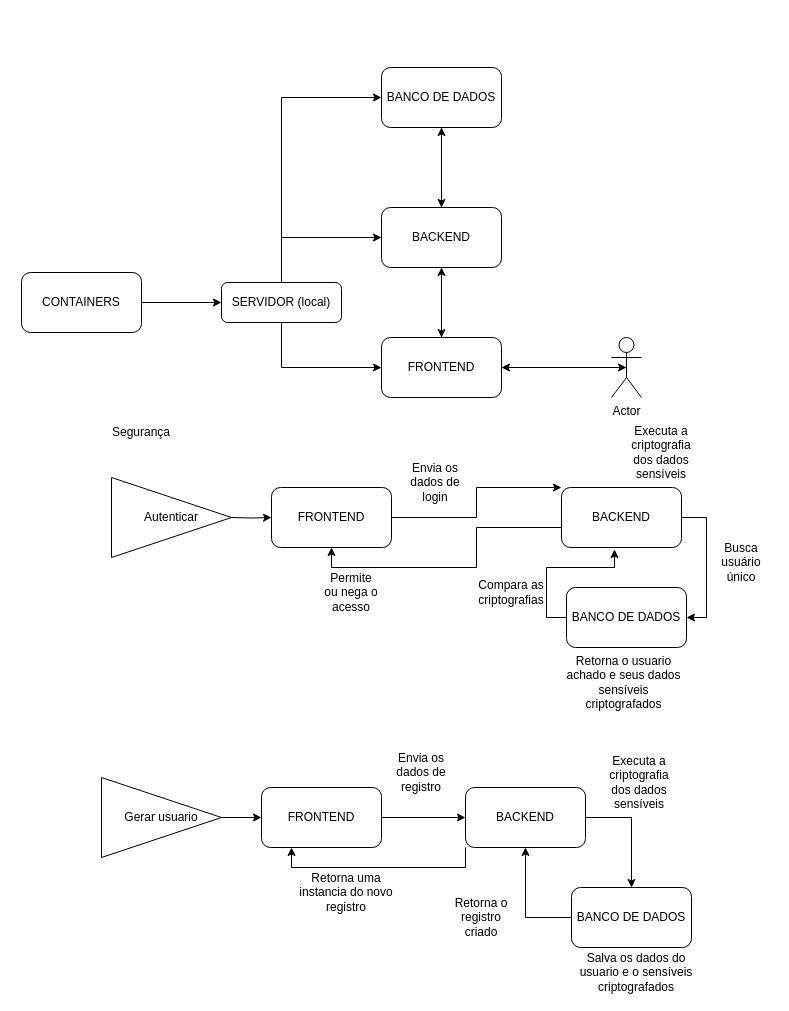
Above: Arquitetura.drawio in Ian-Almeida/AtividadeD5-GRUPO-6 (draw.io), before the change. Source tidied: cells renumbered, new cells numbered last; positions are measured from the earlier drawing's top-left corner, leaving out a move shared by most shapes. Both pictures are drawn from the tidied source at 100%, with x=0, y=0 at pixel (21, 67).
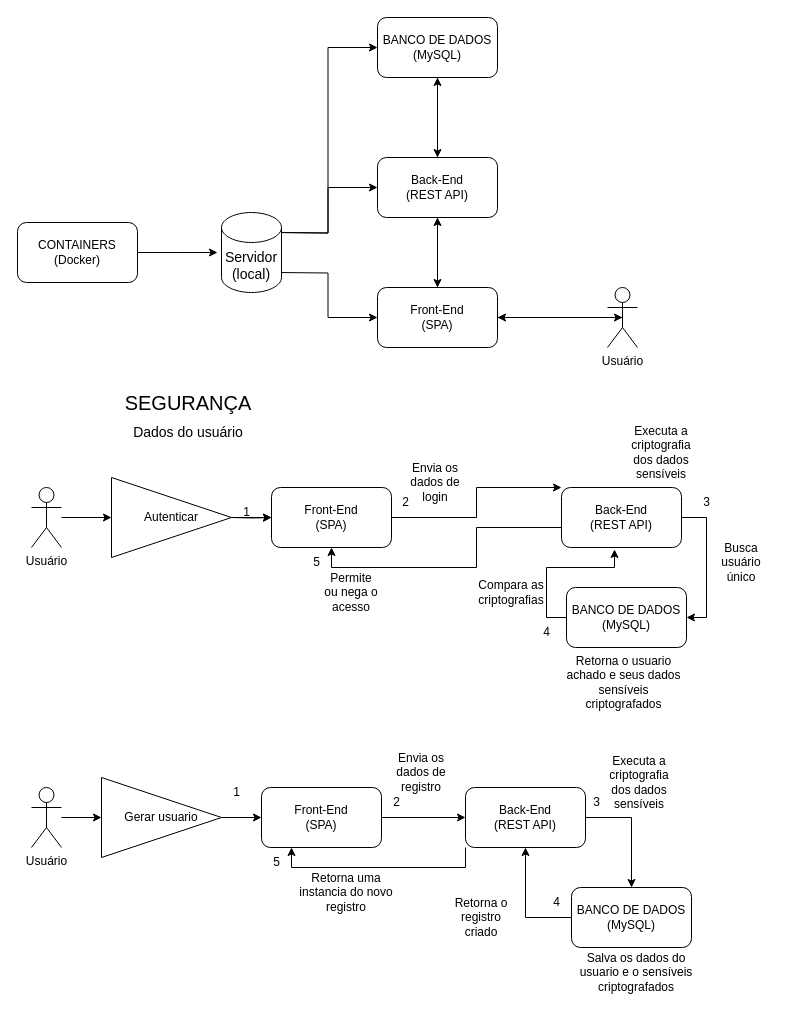
The same diagram, later.

Unchanged cells that the change refers to:
```xml
<mxCell id="20" value="Autenticar" style="triangle;whiteSpace=wrap;html=1;" parent="1" vertex="1">
  <mxGeometry x="90" y="410" width="120" height="80" as="geometry" />
</mxCell>
<mxCell id="35" value="Gerar usuario" style="triangle;whiteSpace=wrap;html=1;" parent="1" vertex="1">
  <mxGeometry x="80" y="710" width="120" height="80" as="geometry" />
</mxCell>
```

Change to the diagram source:
```diff
@@
-    <mxCell id="2" style="edgeStyle=orthogonalEdgeStyle;rounded=0;jettySize=auto;html=1;exitX=0.5;exitY=0;exitDx=0;exitDy=0;entryX=0;entryY=0.5;entryDx=0;entryDy=0;" parent="1" edge="1" source="5" target="8">
-      <mxGeometry relative="1" as="geometry" />
+    <mxCell id="2" style="edgeStyle=orthogonalEdgeStyle;rounded=0;jettySize=auto;html=1;exitX=0.5;exitY=0;exitDx=0;exitDy=0;entryX=0;entryY=0.5;entryDx=0;entryDy=0;" parent="1" edge="1" target="8">
+      <mxGeometry relative="1" as="geometry">
+        <mxPoint x="256" y="165" as="sourcePoint" />
+      </mxGeometry>
     </mxCell>
-    <mxCell id="3" style="edgeStyle=orthogonalEdgeStyle;rounded=0;jettySize=auto;html=1;exitX=0.5;exitY=1;exitDx=0;exitDy=0;entryX=0;entryY=0.5;entryDx=0;entryDy=0;" parent="1" edge="1" source="5" target="11">
-      <mxGeometry relative="1" as="geometry" />
+    <mxCell id="3" style="edgeStyle=orthogonalEdgeStyle;rounded=0;jettySize=auto;html=1;exitX=0.5;exitY=1;exitDx=0;exitDy=0;entryX=0;entryY=0.5;entryDx=0;entryDy=0;" parent="1" edge="1" target="11">
+      <mxGeometry relative="1" as="geometry">
+        <mxPoint x="256" y="205" as="sourcePoint" />
+      </mxGeometry>
     </mxCell>
-    <mxCell id="4" style="edgeStyle=orthogonalEdgeStyle;rounded=0;jettySize=auto;html=1;exitX=0.5;exitY=0;exitDx=0;exitDy=0;entryX=0;entryY=0.5;entryDx=0;entryDy=0;" parent="1" edge="1" source="5" target="13">
-      <mxGeometry relative="1" as="geometry" />
+    <mxCell id="4" style="edgeStyle=orthogonalEdgeStyle;rounded=0;jettySize=auto;html=1;exitX=0.5;exitY=0;exitDx=0;exitDy=0;entryX=0;entryY=0.5;entryDx=0;entryDy=0;" parent="1" edge="1" target="13">
+      <mxGeometry relative="1" as="geometry">
+        <mxPoint x="256" y="165" as="sourcePoint" />
+      </mxGeometry>
     </mxCell>
-    <mxCell id="5" value="SERVIDOR (local)" style="rounded=1;whiteSpace=wrap;html=1;fontSize=12;glass=0;strokeWidth=1;shadow=0;" parent="1" vertex="1">
-      <mxGeometry x="200" y="215" width="120" height="40" as="geometry" />
-    </mxCell>
@@
-    <mxCell id="8" value="BACKEND" style="rounded=1;whiteSpace=wrap;html=1;" parent="1" vertex="1">
-      <mxGeometry x="360" y="140" width="120" height="60" as="geometry" />
+    <mxCell id="8" value="Back-End&lt;br&gt;(REST API)" style="rounded=1;whiteSpace=wrap;html=1;" parent="1" vertex="1">
+      <mxGeometry x="356" y="90" width="120" height="60" as="geometry" />
     </mxCell>
     <mxCell id="9" style="edgeStyle=orthogonalEdgeStyle;rounded=0;jettySize=auto;html=1;exitX=0.5;exitY=0;exitDx=0;exitDy=0;" parent="1" edge="1" source="11">
       <mxGeometry relative="1" as="geometry">
-        <mxPoint x="420" y="200" as="targetPoint" />
+        <mxPoint x="416" y="150" as="targetPoint" />
       </mxGeometry>
     </mxCell>
@@
-    <mxCell id="11" value="FRONTEND" style="rounded=1;whiteSpace=wrap;html=1;" parent="1" vertex="1">
-      <mxGeometry x="360" y="270" width="120" height="60" as="geometry" />
+    <mxCell id="11" value="Front-End&lt;br&gt;(SPA)" style="rounded=1;whiteSpace=wrap;html=1;" parent="1" vertex="1">
+      <mxGeometry x="356" y="220" width="120" height="60" as="geometry" />
     </mxCell>
@@
-    <mxCell id="13" value="BANCO DE DADOS" style="rounded=1;whiteSpace=wrap;html=1;" parent="1" vertex="1">
-      <mxGeometry x="360" width="120" height="60" as="geometry" />
+    <mxCell id="13" value="BANCO DE DADOS&lt;br&gt;(MySQL)" style="rounded=1;whiteSpace=wrap;html=1;" parent="1" vertex="1">
+      <mxGeometry x="356" y="-50" width="120" height="60" as="geometry" />
     </mxCell>
-    <mxCell id="14" style="edgeStyle=orthogonalEdgeStyle;rounded=0;jettySize=auto;html=1;" parent="1" edge="1" source="15" target="5">
-      <mxGeometry relative="1" as="geometry" />
+    <mxCell id="14" style="edgeStyle=orthogonalEdgeStyle;rounded=0;jettySize=auto;html=1;" parent="1" edge="1" source="15">
+      <mxGeometry relative="1" as="geometry">
+        <mxPoint x="196" y="185" as="targetPoint" />
+      </mxGeometry>
     </mxCell>
-    <mxCell id="15" value="CONTAINERS" style="rounded=1;whiteSpace=wrap;html=1;" parent="1" vertex="1">
-      <mxGeometry y="205" width="120" height="60" as="geometry" />
+    <mxCell id="15" value="CONTAINERS&lt;br&gt;(Docker)" style="rounded=1;whiteSpace=wrap;html=1;" parent="1" vertex="1">
+      <mxGeometry x="-4" y="155" width="120" height="60" as="geometry" />
     </mxCell>
@@
-    <mxCell id="17" value="Actor" style="shape=umlActor;verticalLabelPosition=bottom;verticalAlign=top;html=1;outlineConnect=0;" parent="1" vertex="1">
-      <mxGeometry x="590" y="270" width="30" height="60" as="geometry" />
+    <mxCell id="17" value="Usuário" style="shape=umlActor;verticalLabelPosition=bottom;verticalAlign=top;html=1;outlineConnect=0;" parent="1" vertex="1">
+      <mxGeometry x="586" y="220" width="30" height="60" as="geometry" />
     </mxCell>
-    <mxCell id="18" value="Segurança" style="text;html=1;strokeColor=none;fillColor=none;align=center;verticalAlign=middle;whiteSpace=wrap;rounded=0;" parent="1" vertex="1">
-      <mxGeometry x="70" y="340" width="100" height="50" as="geometry" />
+    <mxCell id="18" value="&lt;font style=&quot;font-size: 20px;&quot;&gt;SEGURANÇA&lt;/font&gt;" style="text;html=1;strokeColor=none;fillColor=none;align=center;verticalAlign=middle;whiteSpace=wrap;rounded=0;" parent="1" vertex="1">
+      <mxGeometry x="117" y="310" width="100" height="50" as="geometry" />
     </mxCell>
@@
+    <mxCell id="49" style="edgeStyle=orthogonalEdgeStyle;rounded=0;jettySize=auto;html=1;" parent="1" edge="1" source="20" target="25">
+      <mxGeometry relative="1" as="geometry" />
+    </mxCell>
@@
-    <mxCell id="23" value="BACKEND" style="rounded=1;whiteSpace=wrap;html=1;" parent="1" vertex="1">
+    <mxCell id="23" value="Back-End&lt;br&gt;(REST API)" style="rounded=1;whiteSpace=wrap;html=1;" parent="1" vertex="1">
       <mxGeometry x="540" y="420" width="120" height="60" as="geometry" />
     </mxCell>
@@
-    <mxCell id="25" value="FRONTEND" style="rounded=1;whiteSpace=wrap;html=1;" parent="1" vertex="1">
+    <mxCell id="25" value="Front-End&lt;br&gt;(SPA)" style="rounded=1;whiteSpace=wrap;html=1;" parent="1" vertex="1">
       <mxGeometry x="250" y="420" width="120" height="60" as="geometry" />
     </mxCell>
@@
-    <mxCell id="28" value="BANCO DE DADOS" style="rounded=1;whiteSpace=wrap;html=1;" parent="1" vertex="1">
+    <mxCell id="28" value="BANCO DE DADOS&lt;br&gt;(MySQL)" style="rounded=1;whiteSpace=wrap;html=1;" parent="1" vertex="1">
       <mxGeometry x="545" y="520" width="120" height="60" as="geometry" />
     </mxCell>
@@
-    <mxCell id="37" value="FRONTEND" style="rounded=1;whiteSpace=wrap;html=1;" parent="1" vertex="1">
+    <mxCell id="37" value="Front-End&lt;br&gt;(SPA)" style="rounded=1;whiteSpace=wrap;html=1;" parent="1" vertex="1">
       <mxGeometry x="240" y="720" width="120" height="60" as="geometry" />
     </mxCell>
@@
-    <mxCell id="40" value="BACKEND" style="rounded=1;whiteSpace=wrap;html=1;" parent="1" vertex="1">
+    <mxCell id="40" value="Back-End&lt;br&gt;(REST API)" style="rounded=1;whiteSpace=wrap;html=1;" parent="1" vertex="1">
       <mxGeometry x="444" y="720" width="120" height="60" as="geometry" />
     </mxCell>
@@
-    <mxCell id="43" value="BANCO DE DADOS" style="rounded=1;whiteSpace=wrap;html=1;" parent="1" vertex="1">
+    <mxCell id="43" value="BANCO DE DADOS&lt;br&gt;(MySQL)" style="rounded=1;whiteSpace=wrap;html=1;" parent="1" vertex="1">
       <mxGeometry x="550" y="820" width="120" height="60" as="geometry" />
     </mxCell>
@@
+    <mxCell id="50" style="edgeStyle=orthogonalEdgeStyle;rounded=0;jettySize=auto;html=1;entryX=0;entryY=0.5;entryDx=0;entryDy=0;" parent="1" edge="1" source="51" target="20">
+      <mxGeometry relative="1" as="geometry" />
+    </mxCell>
+    <mxCell id="51" value="Usuário" style="shape=umlActor;verticalLabelPosition=bottom;verticalAlign=top;html=1;outlineConnect=0;" parent="1" vertex="1">
+      <mxGeometry x="10" y="420" width="30" height="60" as="geometry" />
+    </mxCell>
+    <mxCell id="52" value="1" style="text;html=1;align=center;verticalAlign=middle;strokeColor=none;fillColor=none;" parent="1" vertex="1">
+      <mxGeometry x="210" y="430" width="30" height="30" as="geometry" />
+    </mxCell>
+    <mxCell id="53" value="2" style="text;html=1;align=center;verticalAlign=middle;strokeColor=none;fillColor=none;" parent="1" vertex="1">
+      <mxGeometry x="369" y="420" width="30" height="30" as="geometry" />
+    </mxCell>
+    <mxCell id="54" value="3" style="text;html=1;align=center;verticalAlign=middle;strokeColor=none;fillColor=none;" parent="1" vertex="1">
+      <mxGeometry x="670" y="420" width="30" height="30" as="geometry" />
+    </mxCell>
+    <mxCell id="55" value="4" style="text;html=1;align=center;verticalAlign=middle;strokeColor=none;fillColor=none;" parent="1" vertex="1">
+      <mxGeometry x="510" y="550" width="30" height="30" as="geometry" />
+    </mxCell>
+    <mxCell id="56" value="5" style="text;html=1;align=center;verticalAlign=middle;strokeColor=none;fillColor=none;" parent="1" vertex="1">
+      <mxGeometry x="280" y="480" width="30" height="30" as="geometry" />
+    </mxCell>
+    <mxCell id="57" style="edgeStyle=orthogonalEdgeStyle;rounded=0;jettySize=auto;html=1;entryX=0;entryY=0.5;entryDx=0;entryDy=0;" parent="1" edge="1" source="58" target="35">
+      <mxGeometry relative="1" as="geometry" />
+    </mxCell>
+    <mxCell id="58" value="Usuário" style="shape=umlActor;verticalLabelPosition=bottom;verticalAlign=top;html=1;outlineConnect=0;" parent="1" vertex="1">
+      <mxGeometry x="10" y="720" width="30" height="60" as="geometry" />
+    </mxCell>
+    <mxCell id="59" value="1" style="text;html=1;align=center;verticalAlign=middle;strokeColor=none;fillColor=none;" parent="1" vertex="1">
+      <mxGeometry x="200" y="710" width="30" height="30" as="geometry" />
+    </mxCell>
+    <mxCell id="60" value="2" style="text;html=1;align=center;verticalAlign=middle;strokeColor=none;fillColor=none;" parent="1" vertex="1">
+      <mxGeometry x="360" y="720" width="30" height="30" as="geometry" />
+    </mxCell>
+    <mxCell id="61" value="3" style="text;html=1;align=center;verticalAlign=middle;strokeColor=none;fillColor=none;" parent="1" vertex="1">
+      <mxGeometry x="560" y="720" width="30" height="30" as="geometry" />
+    </mxCell>
+    <mxCell id="62" value="4" style="text;html=1;align=center;verticalAlign=middle;strokeColor=none;fillColor=none;" parent="1" vertex="1">
+      <mxGeometry x="520" y="820" width="30" height="30" as="geometry" />
+    </mxCell>
+    <mxCell id="63" value="5" style="text;html=1;align=center;verticalAlign=middle;strokeColor=none;fillColor=none;" parent="1" vertex="1">
+      <mxGeometry x="240" y="780" width="30" height="30" as="geometry" />
+    </mxCell>
+    <mxCell id="64" value="Dados do usuário" style="text;html=1;strokeColor=none;fillColor=none;align=center;verticalAlign=middle;whiteSpace=wrap;rounded=0;fontSize=14;" parent="1" vertex="1">
+      <mxGeometry x="104" y="350" width="126" height="30" as="geometry" />
+    </mxCell>
+    <mxCell id="65" value="Servidor&lt;br&gt;(local)" style="shape=cylinder3;whiteSpace=wrap;html=1;boundedLbl=1;backgroundOutline=1;size=15;fontSize=14;" parent="1" vertex="1">
+      <mxGeometry x="200" y="145" width="60" height="80" as="geometry" />
+    </mxCell>
```
